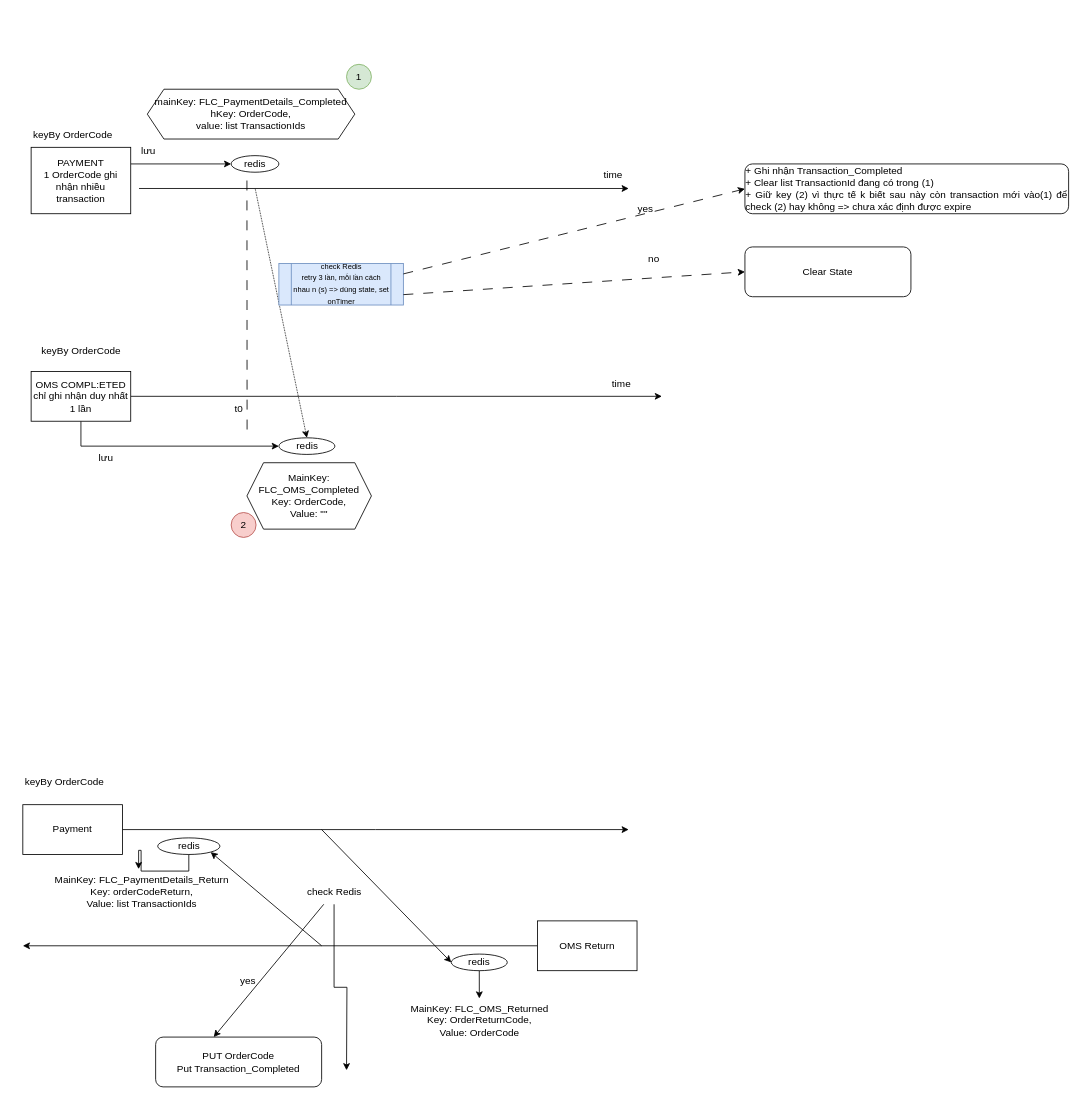
This is flow_payment_oms.drawio from giangntr98/github_demo, a draw.io file, before an edit. Source tidied: cells renumbered, new cells numbered last; positions are measured from the earlier drawing's top-left corner, leaving out a move shared by most shapes. Both pictures are drawn from the tidied source at 83%, with x=0, y=0 at pixel (14, 64).
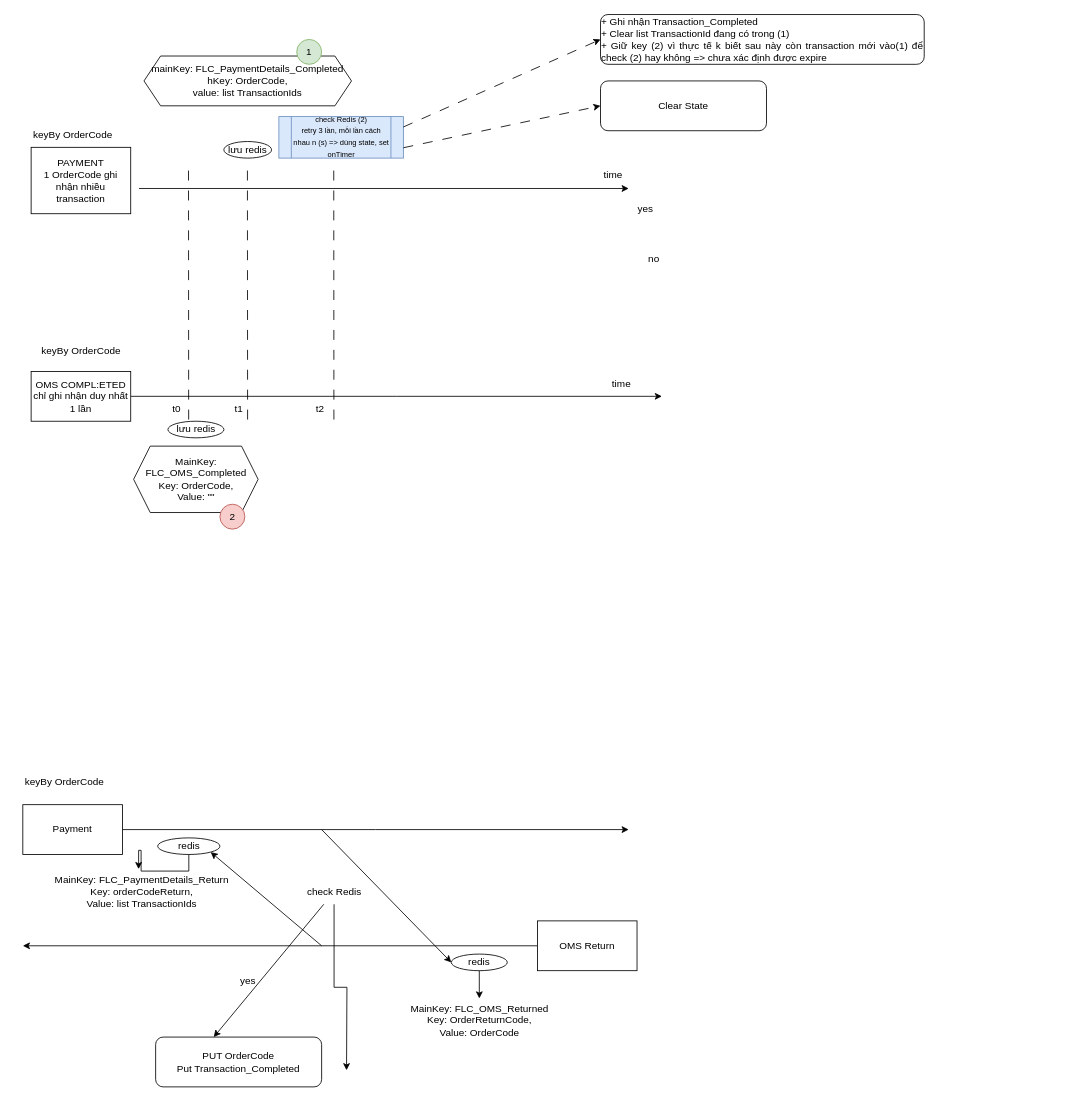
The same diagram, later.

The change refers to these unchanged cells:
```xml
<mxCell id="4" value="&lt;div&gt;PAYMENT&lt;br&gt;&lt;/div&gt;&lt;div&gt;1 OrderCode ghi nhận nhiều transaction&lt;br&gt;&lt;/div&gt;" style="rounded=0;whiteSpace=wrap;html=1;" parent="1" vertex="1">
  <mxGeometry x="20" y="100" width="120" height="80" as="geometry" />
</mxCell>
<mxCell id="7" value="&lt;div&gt;OMS COMPL:ETED&lt;/div&gt;&lt;div&gt;chỉ ghi nhận duy nhất 1 lần&lt;br&gt;&lt;/div&gt;" style="rounded=0;whiteSpace=wrap;html=1;" parent="1" vertex="1">
  <mxGeometry x="20" y="370" width="120" height="60" as="geometry" />
</mxCell>
```

The edit, as a diff of the source:
```diff
@@
-    <mxCell id="3" style="edgeStyle=orthogonalEdgeStyle;rounded=0;jettySize=auto;html=1;exitX=1;exitY=0.25;exitDx=0;exitDy=0;entryX=0;entryY=0.5;entryDx=0;entryDy=0;" parent="1" edge="1" source="4" target="8">
-      <mxGeometry relative="1" as="geometry" />
-    </mxCell>
@@
-    <mxCell id="6" style="edgeStyle=orthogonalEdgeStyle;rounded=0;jettySize=auto;html=1;entryX=0;entryY=0.5;entryDx=0;entryDy=0;exitX=0.5;exitY=1;exitDx=0;exitDy=0;" parent="1" edge="1" source="7" target="9">
-      <mxGeometry relative="1" as="geometry" />
-    </mxCell>
@@
-    <mxCell id="8" value="redis" style="ellipse;whiteSpace=wrap;html=1;" parent="1" vertex="1">
-      <mxGeometry x="261" y="110" width="57.5" height="20" as="geometry" />
+    <mxCell id="8" value="lưu redis" style="ellipse;whiteSpace=wrap;html=1;" parent="1" vertex="1">
+      <mxGeometry x="252.2" y="93" width="57.5" height="20" as="geometry" />
     </mxCell>
-    <mxCell id="9" value="redis" style="ellipse;whiteSpace=wrap;html=1;" parent="1" vertex="1">
-      <mxGeometry x="318.5" y="450" width="67.5" height="20" as="geometry" />
+    <mxCell id="9" value="lưu redis" style="ellipse;whiteSpace=wrap;html=1;" parent="1" vertex="1">
+      <mxGeometry x="184.8" y="430" width="67.5" height="20" as="geometry" />
     </mxCell>
@@
-    <mxCell id="12" style="endArrow=classic;html=1;rounded=0;entryX=0.5;entryY=0;entryDx=0;entryDy=0;dashed=1;dashPattern=1 1;" parent="1" edge="1" target="9">
-      <mxGeometry relative="1" as="geometry">
-        <mxPoint x="290" y="150" as="sourcePoint" />
-      </mxGeometry>
-    </mxCell>
     <mxCell id="13" value="&lt;div align=&quot;justify&quot;&gt;+ Ghi nhận Transaction_Completed&lt;/div&gt;&lt;div align=&quot;justify&quot;&gt;+ Clear list TransactionId đang có trong (1)&lt;/div&gt;&lt;div align=&quot;justify&quot;&gt;+ Giữ key (2) vì thực tế k biết sau này còn transaction mới vào(1) để check (2) hay không =&amp;gt; chưa xác định được expire&lt;br&gt;&lt;/div&gt;" style="rounded=1;whiteSpace=wrap;html=1;" parent="1" vertex="1">
-      <mxGeometry x="880" y="120" width="390" height="60" as="geometry" />
+      <mxGeometry x="706" y="-60" width="390" height="60" as="geometry" />
     </mxCell>
@@
     <mxCell id="32" value="&lt;div&gt;mainKey: FLC_PaymentDetails_Completed&lt;br&gt;&lt;/div&gt;&lt;div&gt;hKey: OrderCode,&lt;/div&gt;&lt;div&gt;value: list TransactionIds&lt;/div&gt;" style="shape=hexagon;perimeter=hexagonPerimeter2;whiteSpace=wrap;html=1;fixedSize=1;" parent="1" vertex="1">
-      <mxGeometry x="160" y="30" width="250" height="60" as="geometry" />
+      <mxGeometry x="156" y="-10" width="250" height="60" as="geometry" />
     </mxCell>
     <mxCell id="33" value="&lt;div&gt;MainKey: FLC_OMS_Completed&lt;br&gt;&lt;/div&gt;&lt;div&gt;Key: OrderCode,&lt;/div&gt;Value: &quot;&quot;" style="shape=hexagon;perimeter=hexagonPerimeter2;whiteSpace=wrap;html=1;fixedSize=1;" parent="1" vertex="1">
-      <mxGeometry x="280" y="480" width="150" height="80" as="geometry" />
+      <mxGeometry x="143.5" y="460" width="150" height="80" as="geometry" />
     </mxCell>
-    <mxCell id="34" value="lưu" style="text;html=1;align=center;verticalAlign=middle;strokeColor=none;fillColor=none;" parent="1" vertex="1">
-      <mxGeometry x="90" y="460" width="40" height="30" as="geometry" />
-    </mxCell>
-    <mxCell id="35" value="lưu" style="text;html=1;align=center;verticalAlign=middle;strokeColor=none;fillColor=none;" parent="1" vertex="1">
-      <mxGeometry x="141.2" y="90" width="40" height="30" as="geometry" />
-    </mxCell>
     <mxCell id="36" value="1" style="ellipse;whiteSpace=wrap;html=1;fillColor=#d5e8d4;strokeColor=#82b366;" parent="1" vertex="1">
-      <mxGeometry x="400" width="30" height="30" as="geometry" />
+      <mxGeometry x="340" y="-30" width="30" height="30" as="geometry" />
     </mxCell>
     <mxCell id="37" value="2" style="ellipse;whiteSpace=wrap;html=1;fillColor=#f8cecc;strokeColor=#b85450;" parent="1" vertex="1">
-      <mxGeometry x="261" y="540" width="30" height="30" as="geometry" />
+      <mxGeometry x="247.5" y="530" width="30" height="30" as="geometry" />
     </mxCell>
-    <mxCell id="38" value="&lt;div style=&quot;font-size: 9px;&quot;&gt;&lt;font style=&quot;font-size: 9px;&quot;&gt;check Redis&lt;/font&gt;&lt;/div&gt;&lt;font style=&quot;font-size: 9px;&quot;&gt;retry 3 lần, mỗi lần cách nhau n (s) =&amp;gt; dùng state, set onTimer&lt;br&gt;&lt;/font&gt;" style="shape=process;whiteSpace=wrap;html=1;backgroundOutline=1;fillColor=#dae8fc;strokeColor=#6c8ebf;" parent="1" vertex="1">
-      <mxGeometry x="318.5" y="240" width="150" height="50" as="geometry" />
+    <mxCell id="38" value="&lt;div style=&quot;font-size: 9px;&quot;&gt;&lt;font style=&quot;font-size: 9px;&quot;&gt;check Redis (2)&lt;br&gt;&lt;/font&gt;&lt;/div&gt;&lt;font style=&quot;font-size: 9px;&quot;&gt;retry 3 lần, mỗi lần cách nhau n (s) =&amp;gt; dùng state, set onTimer&lt;br&gt;&lt;/font&gt;" style="shape=process;whiteSpace=wrap;html=1;backgroundOutline=1;fillColor=#dae8fc;strokeColor=#6c8ebf;" parent="1" vertex="1">
+      <mxGeometry x="318.5" y="63" width="150" height="50" as="geometry" />
     </mxCell>
@@
     <mxCell id="40" value="Clear State" style="rounded=1;whiteSpace=wrap;html=1;" parent="1" vertex="1">
-      <mxGeometry x="880" y="220" width="200" height="60" as="geometry" />
+      <mxGeometry x="706" y="20" width="200" height="60" as="geometry" />
     </mxCell>
@@
     <mxCell id="46" style="endArrow=none;html=1;rounded=0;dashed=1;dashPattern=12 12;entryX=0.5;entryY=1;entryDx=0;entryDy=0;" parent="1" edge="1">
       <mxGeometry relative="1" as="geometry">
-        <mxPoint x="280.2" y="440" as="sourcePoint" />
-        <mxPoint x="280" y="130" as="targetPoint" />
+        <mxPoint x="280.8" y="428" as="sourcePoint" />
+        <mxPoint x="280.6" y="118" as="targetPoint" />
       </mxGeometry>
     </mxCell>
-    <mxCell id="47" value="t0" style="text;html=1;align=center;verticalAlign=middle;strokeColor=none;fillColor=none;" parent="1" vertex="1">
+    <mxCell id="47" value="t1" style="text;html=1;align=center;verticalAlign=middle;strokeColor=none;fillColor=none;" parent="1" vertex="1">
       <mxGeometry x="255" y="400" width="30" height="30" as="geometry" />
     </mxCell>
+    <mxCell id="48" style="endArrow=none;html=1;rounded=0;dashed=1;dashPattern=12 12;entryX=0.5;entryY=1;entryDx=0;entryDy=0;" parent="1" edge="1">
+      <mxGeometry relative="1" as="geometry">
+        <mxPoint x="384.8" y="428" as="sourcePoint" />
+        <mxPoint x="384.6" y="118" as="targetPoint" />
+      </mxGeometry>
+    </mxCell>
+    <mxCell id="49" value="t2" style="text;html=1;align=center;verticalAlign=middle;strokeColor=none;fillColor=none;" parent="1" vertex="1">
+      <mxGeometry x="352.5" y="400" width="30" height="30" as="geometry" />
+    </mxCell>
+    <mxCell id="50" style="endArrow=none;html=1;rounded=0;dashed=1;dashPattern=12 12;entryX=0.5;entryY=1;entryDx=0;entryDy=0;" parent="1" edge="1">
+      <mxGeometry relative="1" as="geometry">
+        <mxPoint x="209.8" y="428" as="sourcePoint" />
+        <mxPoint x="209.6" y="118" as="targetPoint" />
+      </mxGeometry>
+    </mxCell>
+    <mxCell id="51" value="t0" style="text;html=1;align=center;verticalAlign=middle;strokeColor=none;fillColor=none;" parent="1" vertex="1">
+      <mxGeometry x="180" y="400" width="30" height="30" as="geometry" />
+    </mxCell>
```
